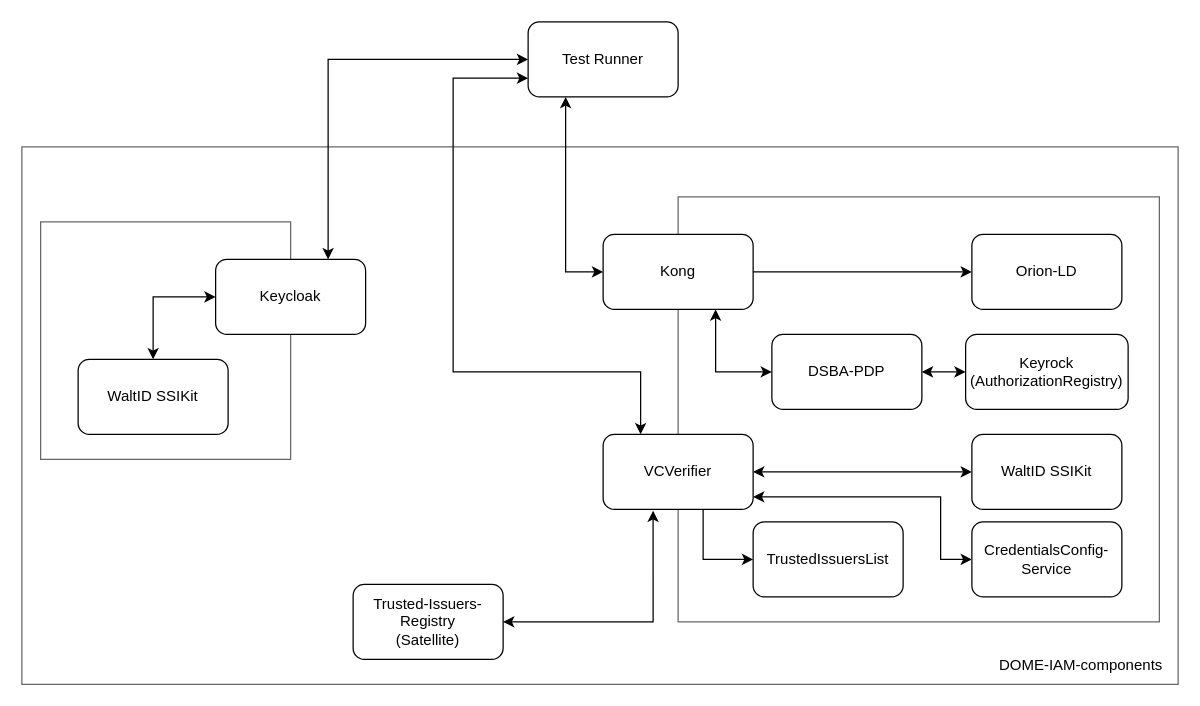
Above: doc/test-setup.drawio in DOME-Marketplace/iam-components (draw.io), before the change. Source tidied: cells renumbered, new cells numbered last; positions are measured from the earlier drawing's top-left corner, leaving out a move shared by most shapes. Both pictures are drawn from the tidied source at 125%, with x=0, y=0 at pixel (21, 21).
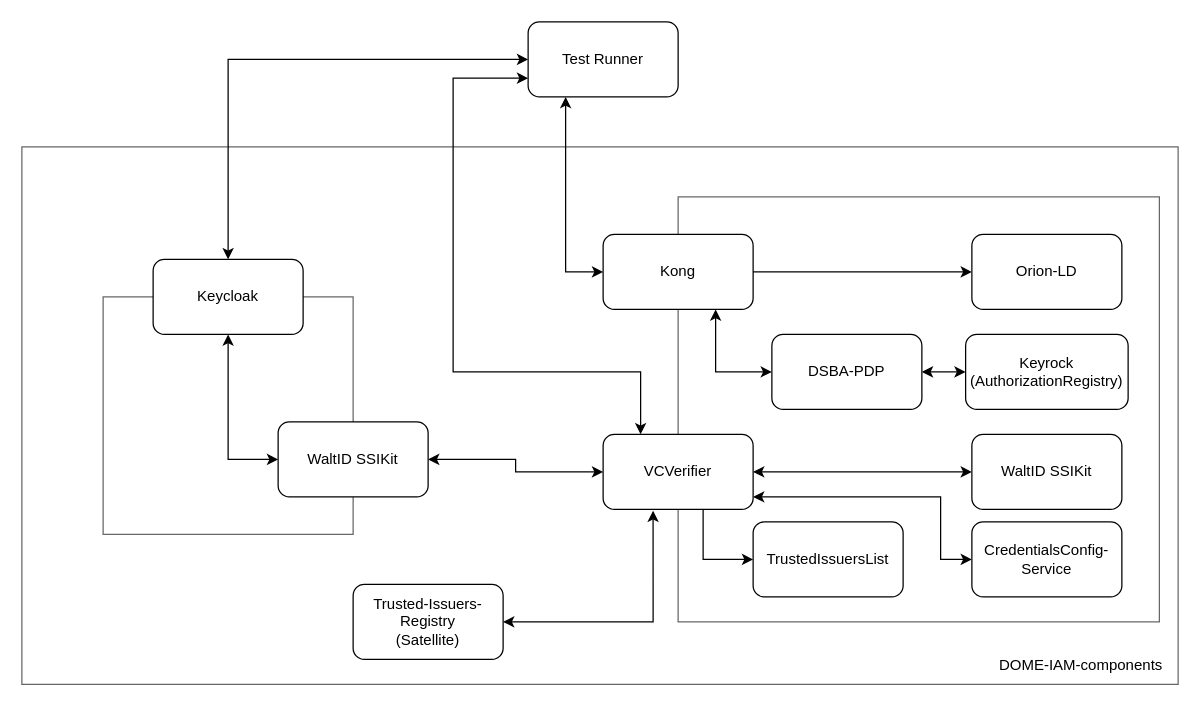
After the change.

The change refers to these unchanged cells:
```xml
<mxCell id="3" value="Test Runner" style="rounded=1;whiteSpace=wrap;html=1;" parent="1" vertex="1">
  <mxGeometry x="405" width="120" height="60" as="geometry" />
</mxCell>
<mxCell id="14" value="VCVerifier" style="rounded=1;whiteSpace=wrap;html=1;" parent="1" vertex="1">
  <mxGeometry x="465" y="330" width="120" height="60" as="geometry" />
</mxCell>
```

Change to the diagram source:
```diff
@@
-    <mxCell id="4" style="endArrow=classic;startArrow=classic;html=1;rounded=0;entryX=0;entryY=0.5;entryDx=0;entryDy=0;exitX=0.75;exitY=0;exitDx=0;exitDy=0;" parent="1" edge="1" source="24" target="3">
+    <mxCell id="4" style="endArrow=classic;startArrow=classic;html=1;rounded=0;entryX=0;entryY=0.5;entryDx=0;entryDy=0;exitX=0.5;exitY=0;exitDx=0;exitDy=0;" parent="1" edge="1" source="24" target="3">
       <mxGeometry relative="1" as="geometry">
         <Array as="points">
-          <mxPoint x="245" y="140" />
+          <mxPoint x="165" y="140" />
+          <mxPoint x="165" y="30" />
           <mxPoint x="245" y="30" />
         </Array>
       </mxGeometry>
     </mxCell>
@@
+    <mxCell id="29" style="edgeStyle=orthogonalEdgeStyle;rounded=0;jettySize=auto;html=1;exitX=0;exitY=0.5;exitDx=0;exitDy=0;entryX=1;entryY=0.5;entryDx=0;entryDy=0;startArrow=classic;startFill=1;" parent="1" edge="1" source="14" target="23">
+      <mxGeometry relative="1" as="geometry" />
+    </mxCell>
@@
     <mxCell id="22" value="&lt;div&gt;&lt;br&gt;&lt;/div&gt;" style="rounded=0;whiteSpace=wrap;html=1;opacity=60;" parent="1" vertex="1">
-      <mxGeometry x="15" y="160" width="200" height="190" as="geometry" />
+      <mxGeometry x="65" y="220" width="200" height="190" as="geometry" />
     </mxCell>
+    <mxCell id="25" style="edgeStyle=orthogonalEdgeStyle;rounded=0;jettySize=auto;html=1;exitX=0;exitY=0.5;exitDx=0;exitDy=0;entryX=0.5;entryY=1;entryDx=0;entryDy=0;startArrow=classic;startFill=1;" parent="1" edge="1" source="23" target="24">
+      <mxGeometry relative="1" as="geometry" />
+    </mxCell>
     <mxCell id="23" value="WaltID SSIKit" style="rounded=1;whiteSpace=wrap;html=1;" parent="1" vertex="1">
-      <mxGeometry x="45" y="270" width="120" height="60" as="geometry" />
+      <mxGeometry x="205" y="320" width="120" height="60" as="geometry" />
     </mxCell>
     <mxCell id="24" value="Keycloak" style="rounded=1;whiteSpace=wrap;html=1;" parent="1" vertex="1">
-      <mxGeometry x="155" y="190" width="120" height="60" as="geometry" />
+      <mxGeometry x="105" y="190" width="120" height="60" as="geometry" />
     </mxCell>
-    <mxCell id="25" style="endArrow=classic;startArrow=classic;html=1;rounded=0;exitX=0.5;exitY=0;exitDx=0;exitDy=0;entryX=0;entryY=0.5;entryDx=0;entryDy=0;" parent="1" edge="1" source="23" target="24">
-      <mxGeometry relative="1" as="geometry">
-        <Array as="points">
-          <mxPoint x="105" y="220" />
-        </Array>
-      </mxGeometry>
-    </mxCell>
```
